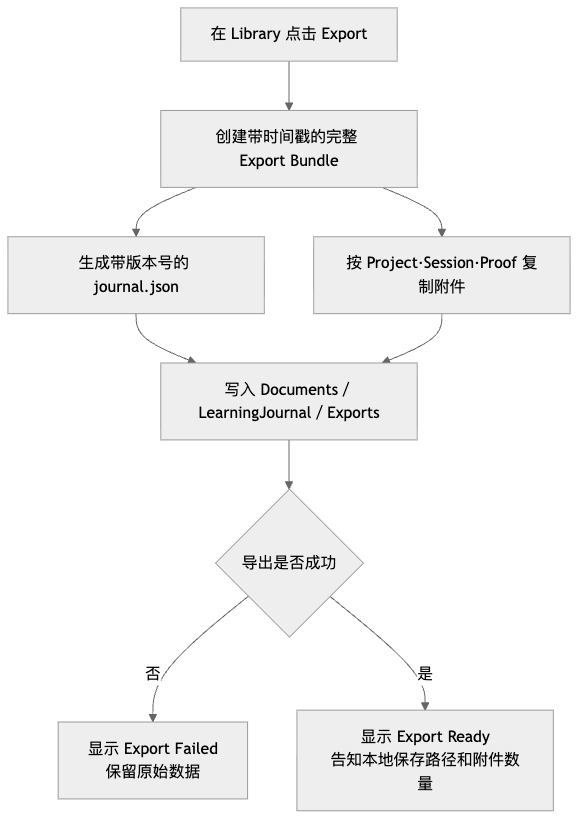
Earlier version of the Mermaid export diagrams/product-export-flow.png (Panhe-C/self-study-studio). Its source is kept beside it as diagrams/product-export-flow.mmd.
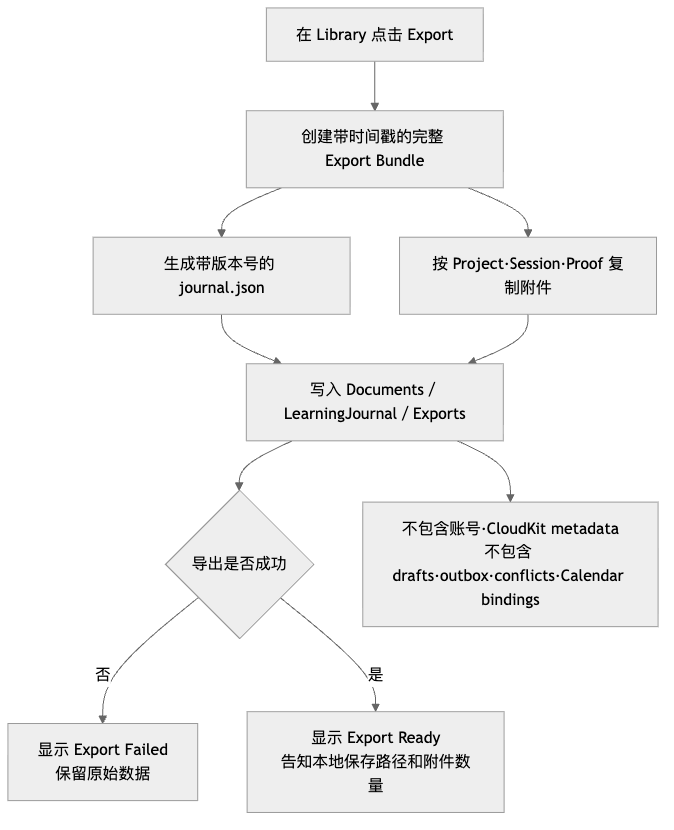
Above is the later version.

The edit, as a diff of the source:
```diff
@@ -7,3 +7,4 @@
   E --> F{导出是否成功}
   F -->|否| G[显示 Export Failed<br/>保留原始数据]
   F -->|是| H[显示 Export Ready<br/>告知本地保存路径和附件数量]
+  E --> I[不包含账号·CloudKit metadata<br/>不包含 drafts·outbox·conflicts·Calendar bindings]
```
